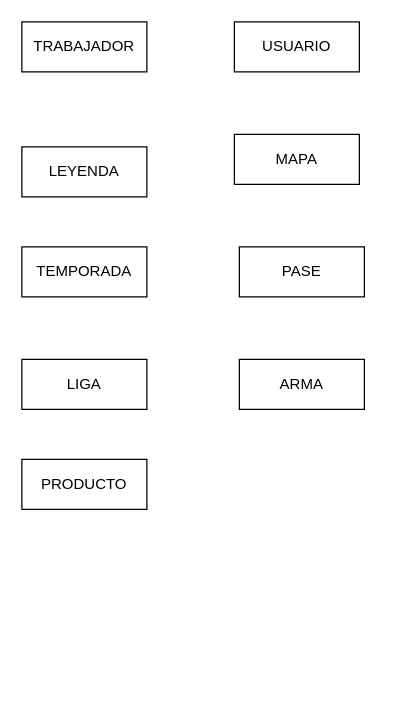
raulgp97/base_de_datos_apex_leyends keeps this draw.io diagram as modelo_entidad_relacion/modelo_entidad_relacion.drawio. Above is the earlier version. Source tidied: cells renumbered, new cells numbered last; positions are measured from the earlier drawing's top-left corner, leaving out a move shared by most shapes. Both pictures are drawn from the tidied source at 125%, with x=0, y=0 at pixel (21, 21).
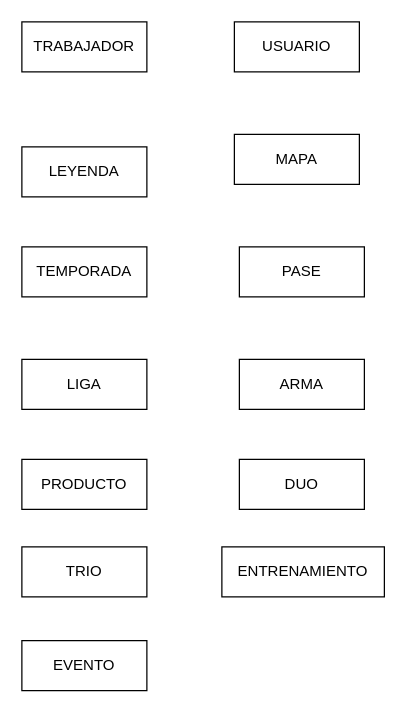
Above is the later version.

Commit message:
Creación Entidades 2

He creado algunas entidades en el modelo entidad - relación y son las siguientes: DUO, TRIO, ENTRENAMIENTO y EVENTO.

Change to the diagram source:
```diff
@@
 <mxGraphModel>
   <root>
     <mxCell id="0" />
     <mxCell id="1" parent="0" />
     <mxCell id="2" value="USUARIO" style="whiteSpace=wrap;html=1;align=center;" parent="1" vertex="1">
       <mxGeometry x="170" width="100" height="40" as="geometry" />
     </mxCell>
     <mxCell id="3" value="TRABAJADOR" style="whiteSpace=wrap;html=1;align=center;" parent="1" vertex="1">
       <mxGeometry width="100" height="40" as="geometry" />
     </mxCell>
     <mxCell id="4" value="LEYENDA" style="whiteSpace=wrap;html=1;align=center;" parent="1" vertex="1">
       <mxGeometry y="100" width="100" height="40" as="geometry" />
     </mxCell>
     <mxCell id="5" value="MAPA" style="whiteSpace=wrap;html=1;align=center;" parent="1" vertex="1">
       <mxGeometry x="170" y="90" width="100" height="40" as="geometry" />
     </mxCell>
     <mxCell id="6" value="TEMPORADA" style="whiteSpace=wrap;html=1;align=center;" parent="1" vertex="1">
       <mxGeometry y="180" width="100" height="40" as="geometry" />
     </mxCell>
     <mxCell id="7" value="PASE" style="whiteSpace=wrap;html=1;align=center;" parent="1" vertex="1">
       <mxGeometry x="174" y="180" width="100" height="40" as="geometry" />
     </mxCell>
     <mxCell id="8" value="LIGA" style="whiteSpace=wrap;html=1;align=center;" parent="1" vertex="1">
       <mxGeometry y="270" width="100" height="40" as="geometry" />
     </mxCell>
     <mxCell id="9" value="ARMA" style="whiteSpace=wrap;html=1;align=center;" parent="1" vertex="1">
       <mxGeometry x="174" y="270" width="100" height="40" as="geometry" />
     </mxCell>
     <mxCell id="10" value="PRODUCTO" style="whiteSpace=wrap;html=1;align=center;" parent="1" vertex="1">
       <mxGeometry y="350" width="100" height="40" as="geometry" />
     </mxCell>
+    <mxCell id="11" value="DUO" style="whiteSpace=wrap;html=1;align=center;" parent="1" vertex="1">
+      <mxGeometry x="174" y="350" width="100" height="40" as="geometry" />
+    </mxCell>
+    <mxCell id="12" value="TRIO" style="whiteSpace=wrap;html=1;align=center;" parent="1" vertex="1">
+      <mxGeometry y="420" width="100" height="40" as="geometry" />
+    </mxCell>
+    <mxCell id="13" value="ENTRENAMIENTO" style="whiteSpace=wrap;html=1;align=center;" parent="1" vertex="1">
+      <mxGeometry x="160" y="420" width="130" height="40" as="geometry" />
+    </mxCell>
+    <mxCell id="14" value="EVENTO" style="whiteSpace=wrap;html=1;align=center;" parent="1" vertex="1">
+      <mxGeometry y="495" width="100" height="40" as="geometry" />
+    </mxCell>
   </root>
 </mxGraphModel>
```
